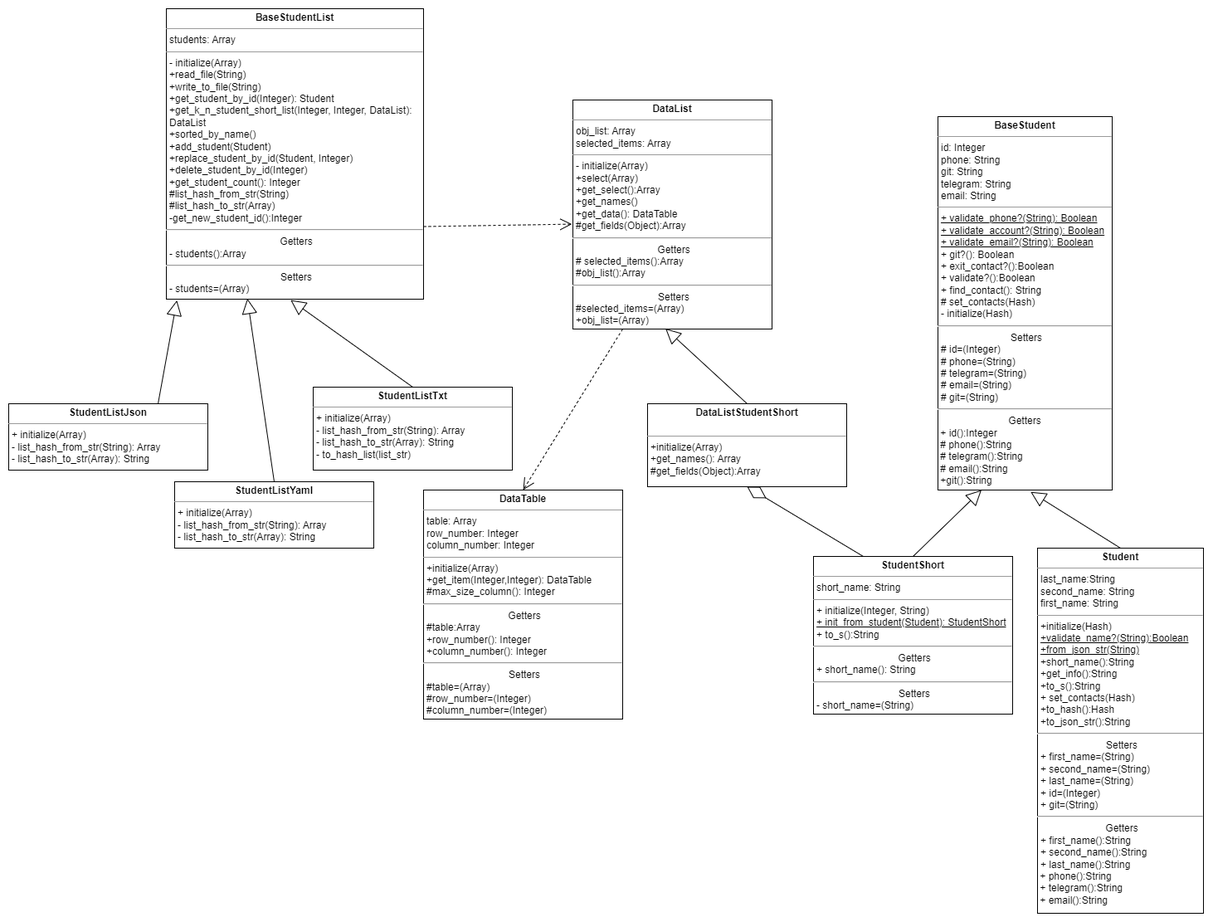
Earlier version of the draw.io export lab2/diagrams/student_diagr.png (rmyau/pattern_labs). Source tidied: cells renumbered, new cells last; positions are measured from the earlier drawing's top-left corner, leaving out a move shared by most shapes.
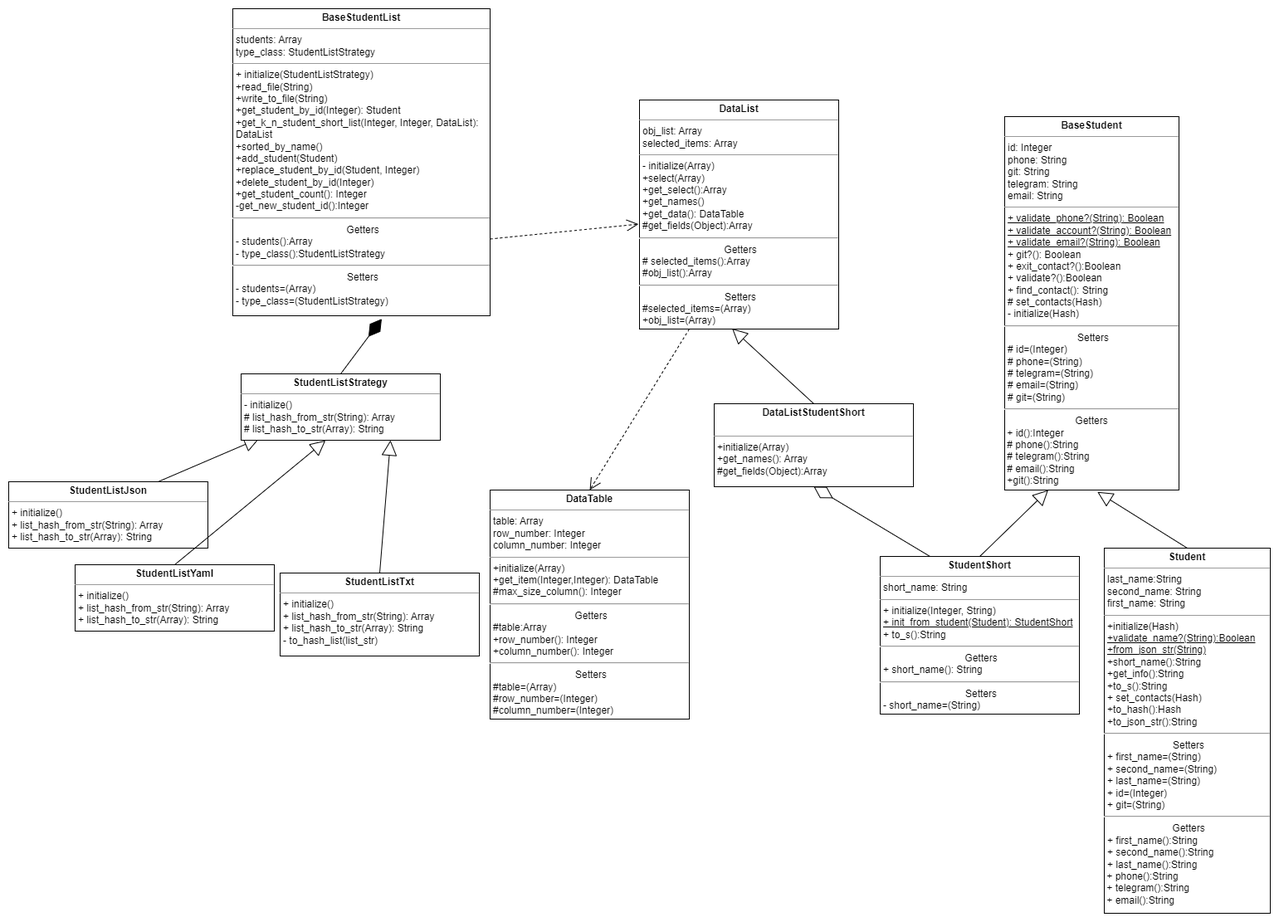
Later version of the same file.

Change to the diagram source:
```diff
@@ -35,29 +35,35 @@
     <mxCell id="12" style="endArrow=diamondThin;endFill=0;endSize=24;html=1;rounded=0;exitX=0.25;exitY=0;exitDx=0;exitDy=0;entryX=0.5;entryY=1;entryDx=0;entryDy=0;" parent="1" edge="1" source="6" target="8">
       <mxGeometry relative="1" as="geometry" />
     </mxCell>
-    <mxCell id="13" value="&lt;p style=&quot;margin:0px;margin-top:4px;text-align:center;&quot;&gt;&lt;b&gt;BaseStudentList&lt;/b&gt;&lt;/p&gt;&lt;hr size=&quot;1&quot;&gt;&lt;p style=&quot;margin:0px;margin-left:4px;&quot;&gt;students: Array&lt;/p&gt;&lt;hr size=&quot;1&quot;&gt;&lt;p style=&quot;margin:0px;margin-left:4px;&quot;&gt;- initialize(Array)&lt;/p&gt;&lt;p style=&quot;margin:0px;margin-left:4px;&quot;&gt;+read_file(String)&lt;/p&gt;&lt;p style=&quot;margin:0px;margin-left:4px;&quot;&gt;+write_to_file(String)&lt;/p&gt;&lt;p style=&quot;margin:0px;margin-left:4px;&quot;&gt;+get_student_by_id(Integer): Student&lt;/p&gt;&lt;p style=&quot;margin:0px;margin-left:4px;&quot;&gt;+get_k_n_student_short_list(Integer, Integer, DataList): DataList&lt;/p&gt;&lt;p style=&quot;margin:0px;margin-left:4px;&quot;&gt;+sorted_by_name()&lt;/p&gt;&lt;p style=&quot;margin:0px;margin-left:4px;&quot;&gt;+add_student(Student)&lt;/p&gt;&lt;p style=&quot;margin:0px;margin-left:4px;&quot;&gt;+replace_student_by_id(Student, Integer)&lt;/p&gt;&lt;p style=&quot;margin:0px;margin-left:4px;&quot;&gt;+delete_student_by_id(Integer)&lt;/p&gt;&lt;p style=&quot;margin:0px;margin-left:4px;&quot;&gt;+get_student_count(): Integer&lt;/p&gt;&lt;p style=&quot;margin:0px;margin-left:4px;&quot;&gt;#list_hash_from_str(String)&lt;/p&gt;&lt;p style=&quot;margin:0px;margin-left:4px;&quot;&gt;#list_hash_to_str(Array)&lt;/p&gt;&lt;p style=&quot;margin:0px;margin-left:4px;&quot;&gt;-get_new_student_id():Integer&lt;/p&gt;&lt;hr&gt;&lt;p style=&quot;text-align: center; margin: 0px 0px 0px 4px;&quot;&gt;&lt;/p&gt;&lt;p style=&quot;text-align: center; margin: 0px 0px 0px 4px;&quot;&gt;Getters&lt;/p&gt;&lt;p style=&quot;margin:0px;margin-left:4px;&quot;&gt;- students():Array&lt;/p&gt;&lt;hr&gt;&lt;p style=&quot;border-color: var(--border-color); text-align: center; margin: 0px 0px 0px 4px;&quot;&gt;Setters&lt;/p&gt;&lt;p style=&quot;border-color: var(--border-color); margin: 0px 0px 0px 4px;&quot;&gt;- students=(Array)&lt;/p&gt;" style="verticalAlign=top;align=left;overflow=fill;fontSize=12;fontFamily=Helvetica;html=1;whiteSpace=wrap;" parent="1" vertex="1">
-      <mxGeometry x="190" width="310" height="350" as="geometry" />
+    <mxCell id="13" value="&lt;p style=&quot;margin:0px;margin-top:4px;text-align:center;&quot;&gt;&lt;b&gt;BaseStudentList&lt;/b&gt;&lt;/p&gt;&lt;hr size=&quot;1&quot;&gt;&lt;p style=&quot;margin:0px;margin-left:4px;&quot;&gt;students: Array&lt;/p&gt;&lt;p style=&quot;margin:0px;margin-left:4px;&quot;&gt;type_class: StudentListStrategy&lt;/p&gt;&lt;hr size=&quot;1&quot;&gt;&lt;p style=&quot;margin:0px;margin-left:4px;&quot;&gt;+ initialize(StudentListStrategy)&lt;/p&gt;&lt;p style=&quot;margin:0px;margin-left:4px;&quot;&gt;+read_file(String)&lt;/p&gt;&lt;p style=&quot;margin:0px;margin-left:4px;&quot;&gt;+write_to_file(String)&lt;/p&gt;&lt;p style=&quot;margin:0px;margin-left:4px;&quot;&gt;+get_student_by_id(Integer): Student&lt;/p&gt;&lt;p style=&quot;margin:0px;margin-left:4px;&quot;&gt;+get_k_n_student_short_list(Integer, Integer, DataList): DataList&lt;/p&gt;&lt;p style=&quot;margin:0px;margin-left:4px;&quot;&gt;+sorted_by_name()&lt;/p&gt;&lt;p style=&quot;margin:0px;margin-left:4px;&quot;&gt;+add_student(Student)&lt;/p&gt;&lt;p style=&quot;margin:0px;margin-left:4px;&quot;&gt;+replace_student_by_id(Student, Integer)&lt;/p&gt;&lt;p style=&quot;margin:0px;margin-left:4px;&quot;&gt;+delete_student_by_id(Integer)&lt;/p&gt;&lt;p style=&quot;margin:0px;margin-left:4px;&quot;&gt;+get_student_count(): Integer&lt;/p&gt;&lt;p style=&quot;margin:0px;margin-left:4px;&quot;&gt;-get_new_student_id():Integer&lt;/p&gt;&lt;hr&gt;&lt;p style=&quot;text-align: center; margin: 0px 0px 0px 4px;&quot;&gt;&lt;/p&gt;&lt;p style=&quot;text-align: center; margin: 0px 0px 0px 4px;&quot;&gt;Getters&lt;/p&gt;&lt;p style=&quot;margin:0px;margin-left:4px;&quot;&gt;- students():Array&lt;/p&gt;&lt;p style=&quot;margin:0px;margin-left:4px;&quot;&gt;- type_class():StudentListStrategy&lt;/p&gt;&lt;hr&gt;&lt;p style=&quot;border-color: var(--border-color); text-align: center; margin: 0px 0px 0px 4px;&quot;&gt;Setters&lt;/p&gt;&lt;p style=&quot;border-color: var(--border-color); margin: 0px 0px 0px 4px;&quot;&gt;- students=(Array)&lt;/p&gt;&lt;p style=&quot;border-color: var(--border-color); margin: 0px 0px 0px 4px;&quot;&gt;- type_class=(StudentListStrategy)&lt;/p&gt;" style="verticalAlign=top;align=left;overflow=fill;fontSize=12;fontFamily=Helvetica;html=1;whiteSpace=wrap;" parent="1" vertex="1">
+      <mxGeometry x="190" width="310" height="370" as="geometry" />
     </mxCell>
-    <mxCell id="14" value="&lt;p style=&quot;margin:0px;margin-top:4px;text-align:center;&quot;&gt;&lt;b&gt;StudentListTxt&lt;/b&gt;&lt;/p&gt;&lt;hr size=&quot;1&quot;&gt;&lt;p style=&quot;margin:0px;margin-left:4px;&quot;&gt;+ initialize(Array)&lt;/p&gt;&lt;p style=&quot;margin:0px;margin-left:4px;&quot;&gt;- list_hash_from_str(String): Array&lt;/p&gt;&lt;p style=&quot;margin:0px;margin-left:4px;&quot;&gt;- list_hash_to_str(Array): String&lt;/p&gt;&lt;p style=&quot;margin:0px;margin-left:4px;&quot;&gt;- to_hash_list(list_str)&lt;/p&gt;&lt;p style=&quot;margin:0px;margin-left:4px;&quot;&gt;&lt;br&gt;&lt;/p&gt;&lt;p style=&quot;text-align: center; margin: 0px 0px 0px 4px;&quot;&gt;&lt;br&gt;&lt;/p&gt;" style="verticalAlign=top;align=left;overflow=fill;fontSize=12;fontFamily=Helvetica;html=1;whiteSpace=wrap;" parent="1" vertex="1">
-      <mxGeometry x="367" y="456" width="240" height="100" as="geometry" />
+    <mxCell id="14" value="&lt;p style=&quot;margin:0px;margin-top:4px;text-align:center;&quot;&gt;&lt;b&gt;StudentListTxt&lt;/b&gt;&lt;/p&gt;&lt;hr size=&quot;1&quot;&gt;&lt;p style=&quot;margin:0px;margin-left:4px;&quot;&gt;+ initialize()&lt;/p&gt;&lt;p style=&quot;margin:0px;margin-left:4px;&quot;&gt;+ list_hash_from_str(String): Array&lt;/p&gt;&lt;p style=&quot;margin:0px;margin-left:4px;&quot;&gt;+ list_hash_to_str(Array): String&lt;/p&gt;&lt;p style=&quot;margin:0px;margin-left:4px;&quot;&gt;- to_hash_list(list_str)&lt;/p&gt;&lt;p style=&quot;margin:0px;margin-left:4px;&quot;&gt;&lt;br&gt;&lt;/p&gt;&lt;p style=&quot;text-align: center; margin: 0px 0px 0px 4px;&quot;&gt;&lt;br&gt;&lt;/p&gt;" style="verticalAlign=top;align=left;overflow=fill;fontSize=12;fontFamily=Helvetica;html=1;whiteSpace=wrap;" parent="1" vertex="1">
+      <mxGeometry x="247" y="680" width="240" height="100" as="geometry" />
     </mxCell>
-    <mxCell id="15" value="Extends" style="endArrow=block;endSize=16;endFill=0;html=1;rounded=0;entryX=0.483;entryY=1.003;entryDx=0;entryDy=0;entryPerimeter=0;textOpacity=0;exitX=0.5;exitY=0;exitDx=0;exitDy=0;" parent="1" edge="1" source="14" target="13">
+    <mxCell id="15" value="Extends" style="endArrow=block;endSize=16;endFill=0;html=1;rounded=0;textOpacity=0;exitX=0.5;exitY=0;exitDx=0;exitDy=0;entryX=0.75;entryY=1;entryDx=0;entryDy=0;" parent="1" edge="1" source="14" target="21">
       <mxGeometry x="0.07" y="-15" relative="1" as="geometry" />
     </mxCell>
     <mxCell id="16" value="Use" style="endArrow=open;endSize=12;dashed=1;html=1;rounded=0;entryX=-0.005;entryY=0.542;entryDx=0;entryDy=0;exitX=1;exitY=0.75;exitDx=0;exitDy=0;textOpacity=0;entryPerimeter=0;" parent="1" edge="1" source="13" target="7">
       <mxGeometry relative="1" as="geometry" />
     </mxCell>
-    <mxCell id="17" value="&lt;p style=&quot;margin:0px;margin-top:4px;text-align:center;&quot;&gt;&lt;b&gt;StudentListJson&lt;/b&gt;&lt;/p&gt;&lt;hr size=&quot;1&quot;&gt;&lt;p style=&quot;margin:0px;margin-left:4px;&quot;&gt;+ initialize(Array)&lt;/p&gt;&lt;p style=&quot;margin:0px;margin-left:4px;&quot;&gt;- list_hash_from_str(String): Array&lt;/p&gt;&lt;p style=&quot;margin:0px;margin-left:4px;&quot;&gt;- list_hash_to_str(Array): String&lt;/p&gt;&lt;p style=&quot;text-align: center; margin: 0px 0px 0px 4px;&quot;&gt;&lt;br&gt;&lt;/p&gt;" style="verticalAlign=top;align=left;overflow=fill;fontSize=12;fontFamily=Helvetica;html=1;whiteSpace=wrap;" parent="1" vertex="1">
-      <mxGeometry y="476" width="240" height="80" as="geometry" />
+    <mxCell id="17" value="&lt;p style=&quot;margin:0px;margin-top:4px;text-align:center;&quot;&gt;&lt;b&gt;StudentListJson&lt;/b&gt;&lt;/p&gt;&lt;hr size=&quot;1&quot;&gt;&lt;p style=&quot;margin:0px;margin-left:4px;&quot;&gt;+ initialize()&lt;/p&gt;&lt;p style=&quot;margin:0px;margin-left:4px;&quot;&gt;+ list_hash_from_str(String): Array&lt;/p&gt;&lt;p style=&quot;margin:0px;margin-left:4px;&quot;&gt;+ list_hash_to_str(Array): String&lt;/p&gt;&lt;p style=&quot;text-align: center; margin: 0px 0px 0px 4px;&quot;&gt;&lt;br&gt;&lt;/p&gt;" style="verticalAlign=top;align=left;overflow=fill;fontSize=12;fontFamily=Helvetica;html=1;whiteSpace=wrap;" parent="1" vertex="1">
+      <mxGeometry x="-80" y="570" width="240" height="80" as="geometry" />
     </mxCell>
-    <mxCell id="18" value="&lt;p style=&quot;margin:0px;margin-top:4px;text-align:center;&quot;&gt;&lt;b&gt;StudentListYaml&lt;/b&gt;&lt;/p&gt;&lt;hr size=&quot;1&quot;&gt;&lt;p style=&quot;margin:0px;margin-left:4px;&quot;&gt;+ initialize(Array)&lt;/p&gt;&lt;p style=&quot;margin:0px;margin-left:4px;&quot;&gt;- list_hash_from_str(String): Array&lt;/p&gt;&lt;p style=&quot;margin:0px;margin-left:4px;&quot;&gt;- list_hash_to_str(Array): String&lt;/p&gt;&lt;p style=&quot;margin:0px;margin-left:4px;&quot;&gt;&lt;br&gt;&lt;/p&gt;&lt;p style=&quot;text-align: center; margin: 0px 0px 0px 4px;&quot;&gt;&lt;br&gt;&lt;/p&gt;" style="verticalAlign=top;align=left;overflow=fill;fontSize=12;fontFamily=Helvetica;html=1;whiteSpace=wrap;" parent="1" vertex="1">
-      <mxGeometry x="200" y="570" width="240" height="80" as="geometry" />
+    <mxCell id="18" value="&lt;p style=&quot;margin:0px;margin-top:4px;text-align:center;&quot;&gt;&lt;b&gt;StudentListYaml&lt;/b&gt;&lt;/p&gt;&lt;hr size=&quot;1&quot;&gt;&lt;p style=&quot;margin:0px;margin-left:4px;&quot;&gt;+ initialize()&lt;/p&gt;&lt;p style=&quot;margin:0px;margin-left:4px;&quot;&gt;+ list_hash_from_str(String): Array&lt;/p&gt;&lt;p style=&quot;margin:0px;margin-left:4px;&quot;&gt;+ list_hash_to_str(Array): String&lt;/p&gt;&lt;p style=&quot;margin:0px;margin-left:4px;&quot;&gt;&lt;br&gt;&lt;/p&gt;&lt;p style=&quot;text-align: center; margin: 0px 0px 0px 4px;&quot;&gt;&lt;br&gt;&lt;/p&gt;" style="verticalAlign=top;align=left;overflow=fill;fontSize=12;fontFamily=Helvetica;html=1;whiteSpace=wrap;" parent="1" vertex="1">
+      <mxGeometry y="670" width="240" height="80" as="geometry" />
     </mxCell>
-    <mxCell id="19" value="Extends" style="endArrow=block;endSize=16;endFill=0;html=1;rounded=0;entryX=0.041;entryY=1.004;entryDx=0;entryDy=0;entryPerimeter=0;textOpacity=0;exitX=0.75;exitY=0;exitDx=0;exitDy=0;" parent="1" edge="1" source="17" target="13">
+    <mxCell id="19" value="Extends" style="endArrow=block;endSize=16;endFill=0;html=1;rounded=0;textOpacity=0;exitX=0.75;exitY=0;exitDx=0;exitDy=0;entryX=0.092;entryY=0.971;entryDx=0;entryDy=0;entryPerimeter=0;" parent="1" edge="1" source="17" target="21">
       <mxGeometry x="0.07" y="-15" relative="1" as="geometry" />
     </mxCell>
-    <mxCell id="20" value="Extends" style="endArrow=block;endSize=16;endFill=0;html=1;rounded=0;entryX=0.315;entryY=0.998;entryDx=0;entryDy=0;textOpacity=0;exitX=0.5;exitY=0;exitDx=0;exitDy=0;entryPerimeter=0;" parent="1" edge="1" source="18" target="13">
+    <mxCell id="20" value="Extends" style="endArrow=block;endSize=16;endFill=0;html=1;rounded=0;textOpacity=0;exitX=0.5;exitY=0;exitDx=0;exitDy=0;entryX=0.424;entryY=1.003;entryDx=0;entryDy=0;entryPerimeter=0;" parent="1" edge="1" source="18" target="21">
       <mxGeometry x="0.07" y="-15" relative="1" as="geometry" />
     </mxCell>
+    <mxCell id="21" value="&lt;p style=&quot;margin:0px;margin-top:4px;text-align:center;&quot;&gt;&lt;b&gt;StudentListStrategy&lt;/b&gt;&lt;/p&gt;&lt;hr size=&quot;1&quot;&gt;&lt;p style=&quot;margin:0px;margin-left:4px;&quot;&gt;- initialize()&lt;/p&gt;&lt;p style=&quot;margin:0px;margin-left:4px;&quot;&gt;# list_hash_from_str(String): Array&lt;/p&gt;&lt;p style=&quot;margin:0px;margin-left:4px;&quot;&gt;# list_hash_to_str(Array): String&lt;/p&gt;&lt;p style=&quot;margin:0px;margin-left:4px;&quot;&gt;&lt;br&gt;&lt;/p&gt;&lt;p style=&quot;text-align: center; margin: 0px 0px 0px 4px;&quot;&gt;&lt;br&gt;&lt;/p&gt;" style="verticalAlign=top;align=left;overflow=fill;fontSize=12;fontFamily=Helvetica;html=1;whiteSpace=wrap;" parent="1" vertex="1">
+      <mxGeometry x="200" y="440" width="240" height="80" as="geometry" />
+    </mxCell>
+    <mxCell id="22" style="endArrow=diamondThin;endFill=1;endSize=24;html=1;rounded=0;exitX=0.5;exitY=0;exitDx=0;exitDy=0;entryX=0.579;entryY=1.01;entryDx=0;entryDy=0;entryPerimeter=0;" parent="1" edge="1" source="21" target="13">
+      <mxGeometry relative="1" as="geometry" />
+    </mxCell>
   </root>
 </mxGraphModel>
```
